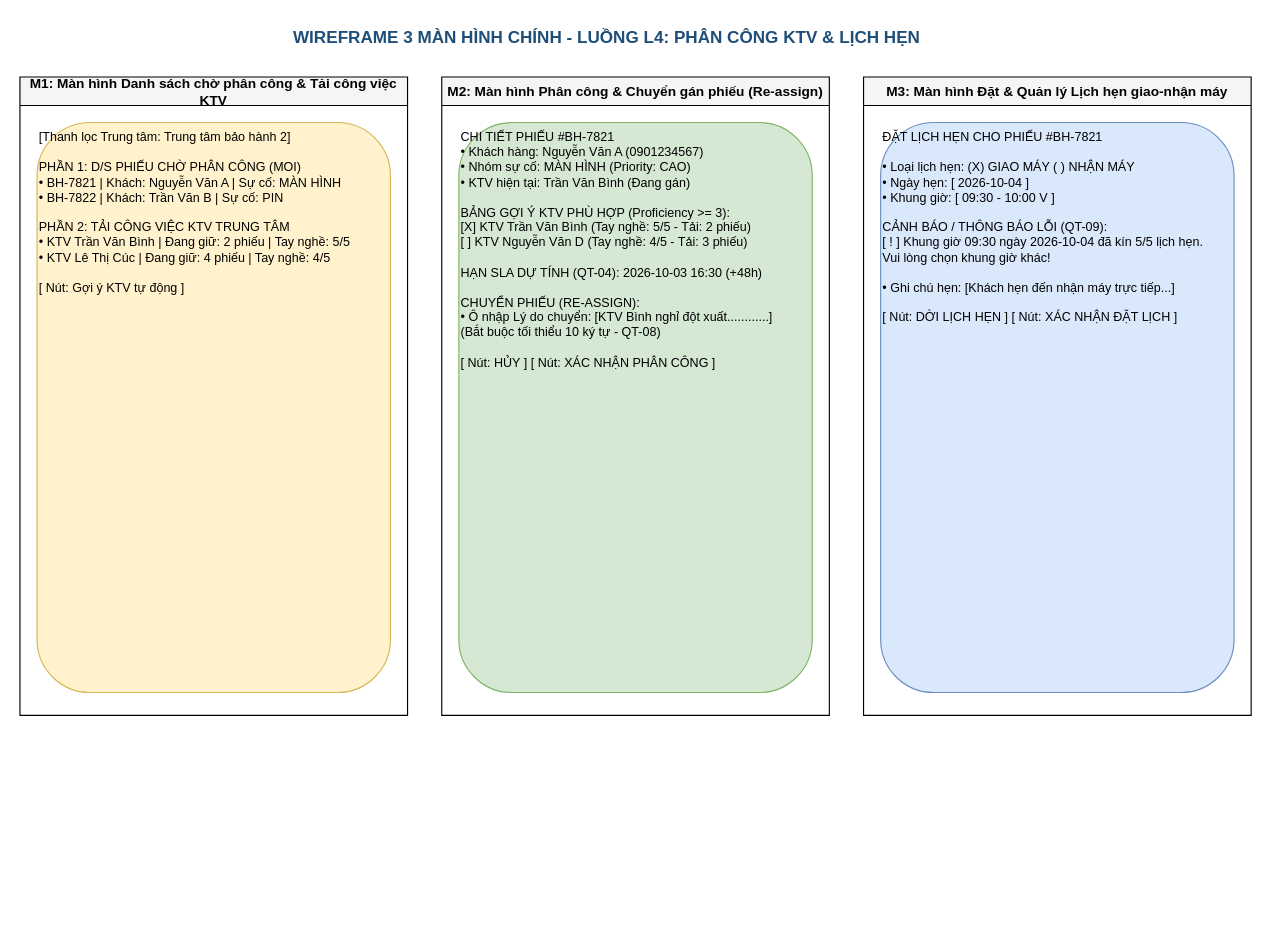
The draw.io diagram docs/wireframe.drawio in P-HUBcode/cdtn1-NGUYEN-MINH-PHU-l4, before the edit. Source tidied: cells renumbered, new cells numbered last; positions are measured from the earlier drawing's top-left corner, leaving out a move shared by most shapes. Both pictures are drawn from the tidied source at 114%, with x=0, y=0 at pixel (19, 19).
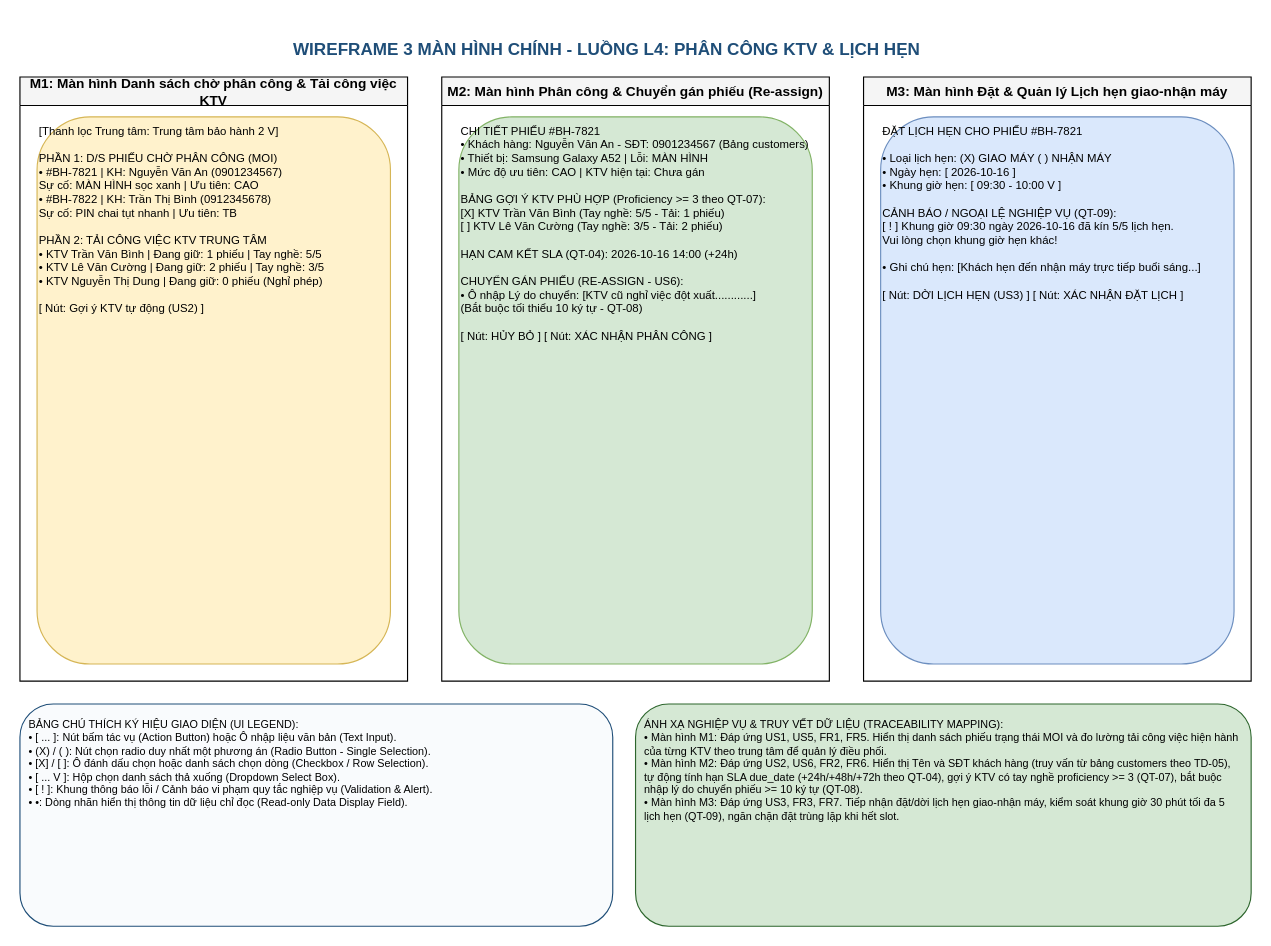
Above is the later version.

Commit message (it also covers changes not shown here):
docs: bo sung bang chu thich ky hieu vao usecase, architecture, erd, wireframe drawio

What changed in the source:
```diff
@@
-<mxGraphModel>
+<mxGraphModel background="#ffffff">
   <root>
     <mxCell id="0" />
     <mxCell id="1" parent="0" />
     <mxCell id="2" value="WIREFRAME 3 MÀN HÌNH CHÍNH - LUỒNG L4: PHÂN CÔNG KTV &amp; LỊCH HẸN" style="text;html=1;strokeColor=none;fillColor=none;align=center;verticalAlign=middle;whiteSpace=wrap;rounded=0;fontSize=15;fontStyle=1;fontColor=#1F4E78;" parent="1" vertex="1">
-      <mxGeometry x="140" width="750" height="30" as="geometry" />
+      <mxGeometry x="140" y="10" width="750" height="30" as="geometry" />
     </mxCell>
     <mxCell id="3" value="M1: Màn hình Danh sách chờ phân công &amp; Tải công việc KTV" style="swimlane;whiteSpace=wrap;html=1;startSize=25;fillColor=#f5f5f5;fontStyle=1;" parent="1" vertex="1">
-      <mxGeometry y="50" width="340" height="560" as="geometry" />
+      <mxGeometry y="50" width="340" height="530" as="geometry" />
     </mxCell>
-    <mxCell id="4" value="[Thanh lọc Trung tâm: Trung tâm bảo hành 2]&#10;&#10;PHẦN 1: D/S PHIẾU CHỜ PHÂN CÔNG (MOI)&#10;• BH-7821 | Khách: Nguyễn Văn A | Sự cố: MÀN HÌNH&#10;• BH-7822 | Khách: Trần Văn B | Sự cố: PIN&#10;&#10;PHẦN 2: TẢI CÔNG VIỆC KTV TRUNG TÂM&#10;• KTV Trần Văn Bình | Đang giữ: 2 phiếu | Tay nghề: 5/5&#10;• KTV Lê Thị Cúc | Đang giữ: 4 phiếu | Tay nghề: 4/5&#10;&#10;[ Nút: Gợi ý KTV tự động ]" style="text;html=1;strokeColor=#d6b656;fillColor=#fff2cc;align=left;verticalAlign=top;whiteSpace=wrap;rounded=1;fontSize=11;" parent="3" vertex="1">
-      <mxGeometry x="15" y="40" width="310" height="500" as="geometry" />
+    <mxCell id="4" value="[Thanh lọc Trung tâm: Trung tâm bảo hành 2  V]&#10;&#10;PHẦN 1: D/S PHIẾU CHỜ PHÂN CÔNG (MOI)&#10;• #BH-7821 | KH: Nguyễn Văn An (0901234567)&#10;  Sự cố: MÀN HÌNH sọc xanh | Ưu tiên: CAO&#10;• #BH-7822 | KH: Trần Thị Bình (0912345678)&#10;  Sự cố: PIN chai tụt nhanh | Ưu tiên: TB&#10;&#10;PHẦN 2: TẢI CÔNG VIỆC KTV TRUNG TÂM&#10;• KTV Trần Văn Bình   | Đang giữ: 1 phiếu | Tay nghề: 5/5&#10;• KTV Lê Văn Cường    | Đang giữ: 2 phiếu | Tay nghề: 3/5&#10;• KTV Nguyễn Thị Dung | Đang giữ: 0 phiếu (Nghỉ phép)&#10;&#10;[ Nút: Gợi ý KTV tự động (US2) ]" style="text;html=1;strokeColor=#d6b656;fillColor=#fff2cc;align=left;verticalAlign=top;whiteSpace=wrap;rounded=1;fontSize=10;" parent="3" vertex="1">
+      <mxGeometry x="15" y="35" width="310" height="480" as="geometry" />
     </mxCell>
     <mxCell id="5" value="M2: Màn hình Phân công &amp; Chuyển gán phiếu (Re-assign)" style="swimlane;whiteSpace=wrap;html=1;startSize=25;fillColor=#f5f5f5;fontStyle=1;" parent="1" vertex="1">
-      <mxGeometry x="370" y="50" width="340" height="560" as="geometry" />
+      <mxGeometry x="370" y="50" width="340" height="530" as="geometry" />
     </mxCell>
-    <mxCell id="6" value="CHI TIẾT PHIẾU #BH-7821&#10;• Khách hàng: Nguyễn Văn A (0901234567)&#10;• Nhóm sự cố: MÀN HÌNH (Priority: CAO)&#10;• KTV hiện tại: Trần Văn Bình (Đang gán)&#10;&#10;BẢNG GỢI Ý KTV PHÙ HỢP (Proficiency &gt;= 3):&#10;[X] KTV Trần Văn Bình (Tay nghề: 5/5 - Tải: 2 phiếu)&#10;[  ] KTV Nguyễn Văn D (Tay nghề: 4/5 - Tải: 3 phiếu)&#10;&#10;HẠN SLA DỰ TÍNH (QT-04): 2026-10-03 16:30 (+48h)&#10;&#10;CHUYỂN PHIẾU (RE-ASSIGN):&#10;• Ô nhập Lý do chuyển: [KTV Bình nghỉ đột xuất............]&#10;  (Bắt buộc tối thiểu 10 ký tự - QT-08)&#10;&#10;[ Nút: HỦY ]     [ Nút: XÁC NHẬN PHÂN CÔNG ]" style="text;html=1;strokeColor=#82b366;fillColor=#d5e8d4;align=left;verticalAlign=top;whiteSpace=wrap;rounded=1;fontSize=11;" parent="5" vertex="1">
-      <mxGeometry x="15" y="40" width="310" height="500" as="geometry" />
+    <mxCell id="6" value="CHI TIẾT PHIẾU #BH-7821&#10;• Khách hàng: Nguyễn Văn An - SĐT: 0901234567 (Bảng customers)&#10;• Thiết bị: Samsung Galaxy A52 | Lỗi: MÀN HÌNH&#10;• Mức độ ưu tiên: CAO | KTV hiện tại: Chưa gán&#10;&#10;BẢNG GỢI Ý KTV PHÙ HỢP (Proficiency &gt;= 3 theo QT-07):&#10;[X] KTV Trần Văn Bình (Tay nghề: 5/5 - Tải: 1 phiếu)&#10;[  ] KTV Lê Văn Cường (Tay nghề: 3/5 - Tải: 2 phiếu)&#10;&#10;HẠN CAM KẾT SLA (QT-04): 2026-10-16 14:00 (+24h)&#10;&#10;CHUYỂN GÁN PHIẾU (RE-ASSIGN - US6):&#10;• Ô nhập Lý do chuyển: [KTV cũ nghỉ việc đột xuất............]&#10;  (Bắt buộc tối thiểu 10 ký tự - QT-08)&#10;&#10;[ Nút: HỦY BỎ ]     [ Nút: XÁC NHẬN PHÂN CÔNG ]" style="text;html=1;strokeColor=#82b366;fillColor=#d5e8d4;align=left;verticalAlign=top;whiteSpace=wrap;rounded=1;fontSize=10;" parent="5" vertex="1">
+      <mxGeometry x="15" y="35" width="310" height="480" as="geometry" />
     </mxCell>
     <mxCell id="7" value="M3: Màn hình Đặt &amp; Quản lý Lịch hẹn giao-nhận máy" style="swimlane;whiteSpace=wrap;html=1;startSize=25;fillColor=#f5f5f5;fontStyle=1;" parent="1" vertex="1">
-      <mxGeometry x="740" y="50" width="340" height="560" as="geometry" />
+      <mxGeometry x="740" y="50" width="340" height="530" as="geometry" />
     </mxCell>
-    <mxCell id="8" value="ĐẶT LỊCH HẸN CHO PHIẾU #BH-7821&#10;&#10;• Loại lịch hẹn: (X) GIAO MÁY   ( ) NHẬN MÁY&#10;• Ngày hẹn: [ 2026-10-04 ]&#10;• Khung giờ: [ 09:30 - 10:00  V ]&#10;&#10;CẢNH BÁO / THÔNG BÁO LỖI (QT-09):&#10;[ ! ] Khung giờ 09:30 ngày 2026-10-04 đã kín 5/5 lịch hẹn.&#10;    Vui lòng chọn khung giờ khác!&#10;&#10;• Ghi chú hẹn: [Khách hẹn đến nhận máy trực tiếp...]&#10;&#10;[ Nút: DỜI LỊCH HẸN ]     [ Nút: XÁC NHẬN ĐẶT LỊCH ]" style="text;html=1;strokeColor=#6c8ebf;fillColor=#dae8fc;align=left;verticalAlign=top;whiteSpace=wrap;rounded=1;fontSize=11;" parent="7" vertex="1">
-      <mxGeometry x="15" y="40" width="310" height="500" as="geometry" />
+    <mxCell id="8" value="ĐẶT LỊCH HẸN CHO PHIẾU #BH-7821&#10;&#10;• Loại lịch hẹn: (X) GIAO MÁY   ( ) NHẬN MÁY&#10;• Ngày hẹn: [ 2026-10-16 ]&#10;• Khung giờ hẹn: [ 09:30 - 10:00  V ]&#10;&#10;CẢNH BÁO / NGOẠI LỆ NGHIỆP VỤ (QT-09):&#10;[ ! ] Khung giờ 09:30 ngày 2026-10-16 đã kín 5/5 lịch hẹn.&#10;    Vui lòng chọn khung giờ hẹn khác!&#10;&#10;• Ghi chú hẹn: [Khách hẹn đến nhận máy trực tiếp buổi sáng...]&#10;&#10;[ Nút: DỜI LỊCH HẸN (US3) ]   [ Nút: XÁC NHẬN ĐẶT LỊCH ]" style="text;html=1;strokeColor=#6c8ebf;fillColor=#dae8fc;align=left;verticalAlign=top;whiteSpace=wrap;rounded=1;fontSize=10;" parent="7" vertex="1">
+      <mxGeometry x="15" y="35" width="310" height="480" as="geometry" />
     </mxCell>
+    <mxCell id="9" value="BẢNG CHÚ THÍCH KÝ HIỆU GIAO DIỆN (UI LEGEND):&#10;• [ ... ]: Nút bấm tác vụ (Action Button) hoặc Ô nhập liệu văn bản (Text Input).&#10;• (X) / ( ): Nút chọn radio duy nhất một phương án (Radio Button - Single Selection).&#10;• [X] / [ ]: Ô đánh dấu chọn hoặc danh sách chọn dòng (Checkbox / Row Selection).&#10;• [ ... V ]: Hộp chọn danh sách thả xuống (Dropdown Select Box).&#10;• [ ! ]: Khung thông báo lỗi / Cảnh báo vi phạm quy tắc nghiệp vụ (Validation &amp; Alert).&#10;• •: Dòng nhãn hiển thị thông tin dữ liệu chỉ đọc (Read-only Data Display Field)." style="text;html=1;strokeColor=#1F4E78;fillColor=#F9FBFD;align=left;verticalAlign=top;whiteSpace=wrap;rounded=1;fontSize=9.5;spacing=8;" parent="1" vertex="1">
+      <mxGeometry y="600" width="520" height="195" as="geometry" />
+    </mxCell>
+    <mxCell id="10" value="ÁNH XẠ NGHIỆP VỤ &amp; TRUY VẾT DỮ LIỆU (TRACEABILITY MAPPING):&#10;• Màn hình M1: Đáp ứng US1, US5, FR1, FR5. Hiển thị danh sách phiếu trạng thái MOI và đo lường tải công việc hiện hành của từng KTV theo trung tâm để quản lý điều phối.&#10;• Màn hình M2: Đáp ứng US2, US6, FR2, FR6. Hiển thị Tên và SĐT khách hàng (truy vấn từ bảng customers theo TD-05), tự động tính hạn SLA due_date (+24h/+48h/+72h theo QT-04), gợi ý KTV có tay nghề proficiency &gt;= 3 (QT-07), bắt buộc nhập lý do chuyển phiếu &gt;= 10 ký tự (QT-08).&#10;• Màn hình M3: Đáp ứng US3, FR3, FR7. Tiếp nhận đặt/dời lịch hẹn giao-nhận máy, kiểm soát khung giờ 30 phút tối đa 5 lịch hẹn (QT-09), ngăn chặn đặt trùng lặp khi hết slot." style="text;html=1;strokeColor=#2D662D;fillColor=#d5e8d4;align=left;verticalAlign=top;whiteSpace=wrap;rounded=1;fontSize=9.5;spacing=8;" parent="1" vertex="1">
+      <mxGeometry x="540" y="600" width="540" height="195" as="geometry" />
+    </mxCell>
   </root>
 </mxGraphModel>
```
